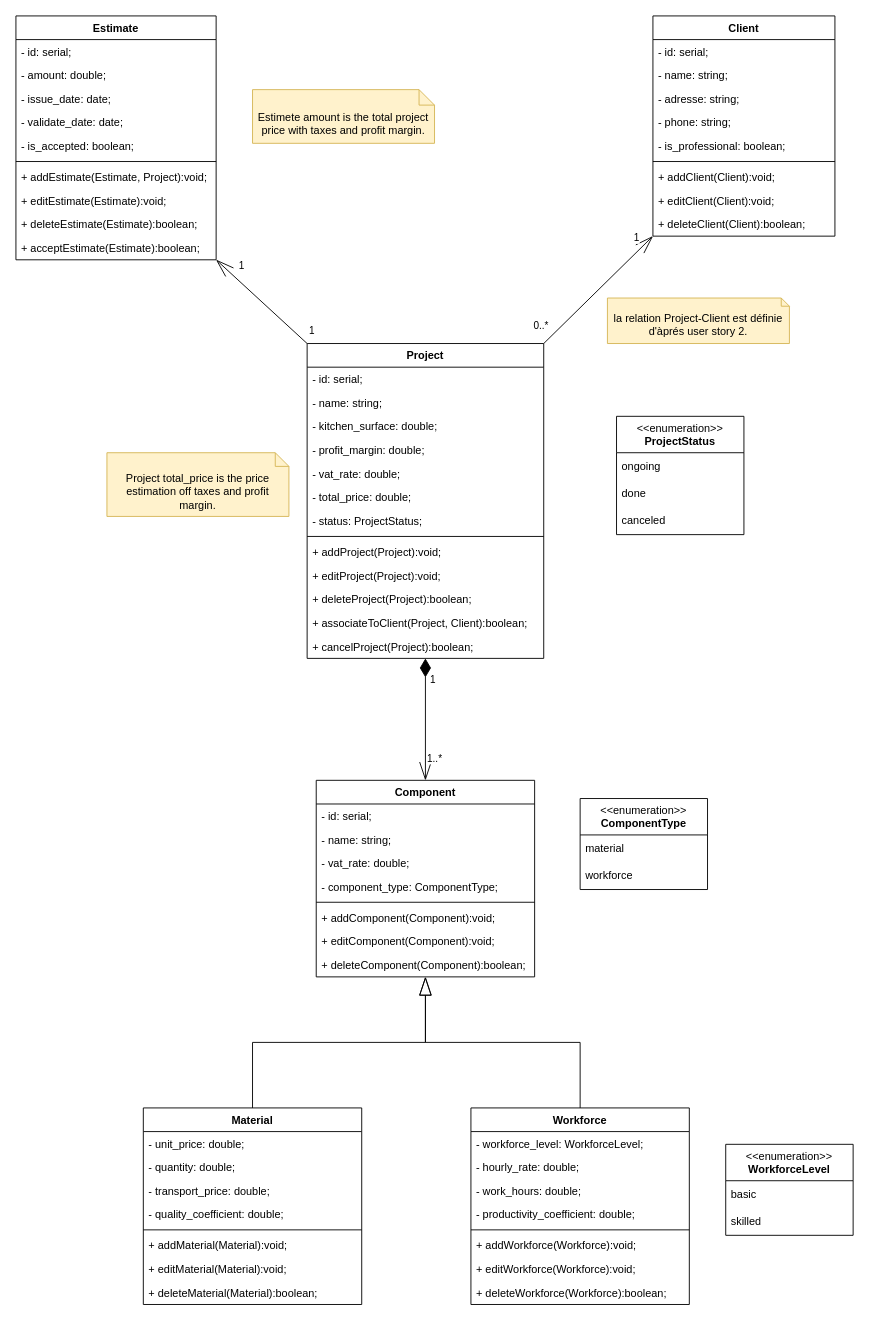
Before: BatiCuisine.drawio in berghach/BatiCuisine, a draw.io diagram. Source tidied: cells renumbered, new cells numbered last; positions are measured from the earlier drawing's top-left corner, leaving out a move shared by most shapes. Both pictures are drawn from the tidied source at 91%, with x=0, y=0 at pixel (15, 15).
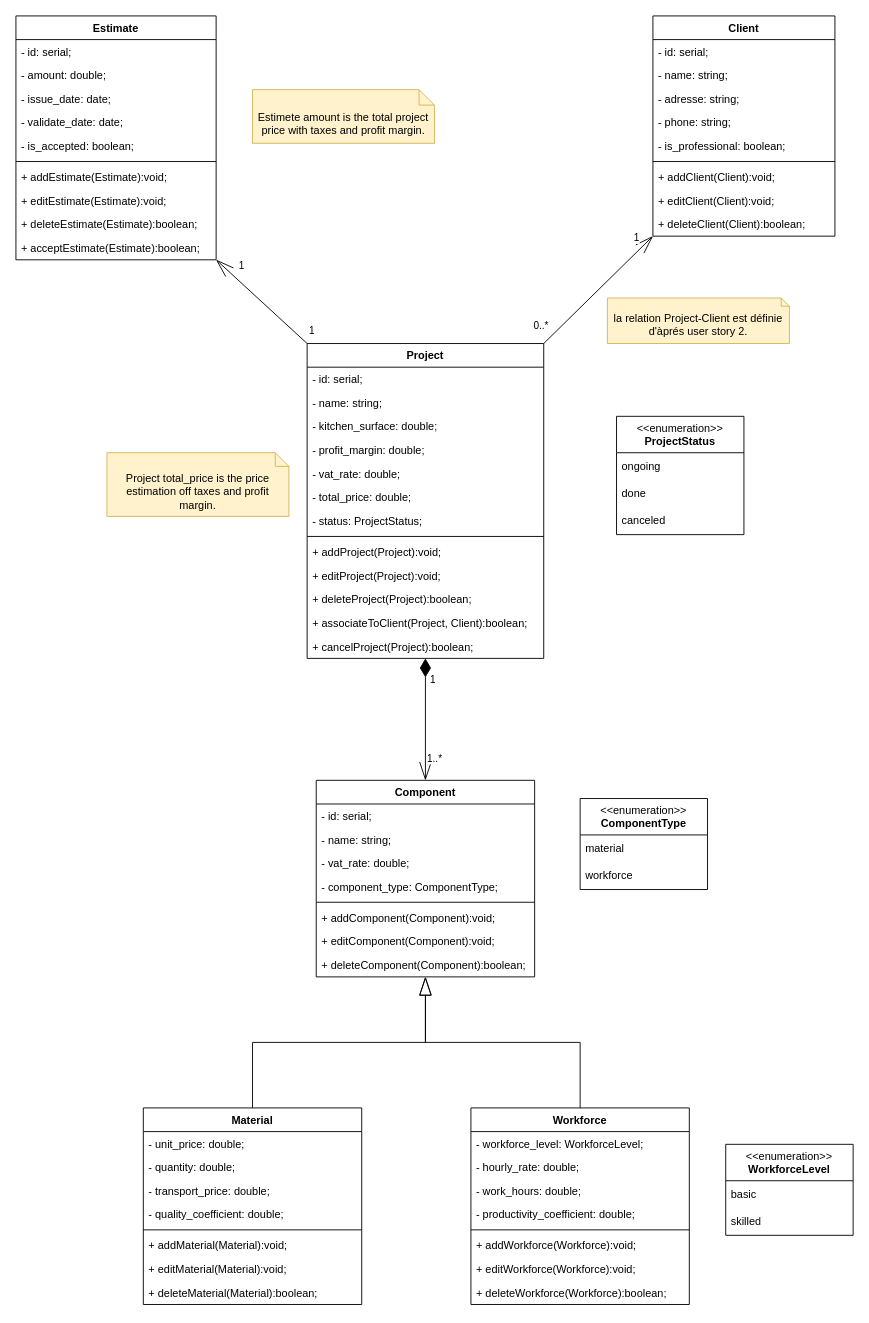
The same page after the edit.

The change refers to these unchanged cells:
```xml
<mxCell id="75" value="Estimate" style="swimlane;fontStyle=1;align=center;verticalAlign=top;horizontal=1;startSize=26;whiteSpace=wrap;html=1;" parent="1" vertex="1">
  <mxGeometry width="220" height="268" as="geometry" />
</mxCell>
```

Change to the diagram source:
```diff
@@
-    <mxCell id="82" value="+ add&lt;span style=&quot;text-align: center;&quot;&gt;Estimate&lt;/span&gt;(&lt;span style=&quot;text-align: center;&quot;&gt;Estimate, Project&lt;/span&gt;):void;" style="text;strokeColor=none;fillColor=none;align=left;verticalAlign=top;spacingLeft=4;spacingRight=4;overflow=hidden;whiteSpace=wrap;html=1;" parent="75" vertex="1">
+    <mxCell id="82" value="+ add&lt;span style=&quot;text-align: center;&quot;&gt;Estimate&lt;/span&gt;(&lt;span style=&quot;text-align: center;&quot;&gt;Estimate&lt;/span&gt;):void;" style="text;strokeColor=none;fillColor=none;align=left;verticalAlign=top;spacingLeft=4;spacingRight=4;overflow=hidden;whiteSpace=wrap;html=1;" parent="75" vertex="1">
       <mxGeometry y="164" width="220" height="26" as="geometry" />
     </mxCell>
```
